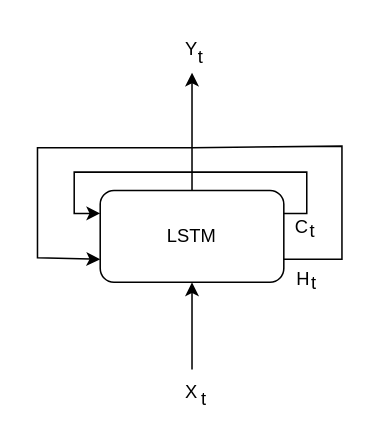
Above: diplom/draw_io_schemes/LSTMBlackBox.drawio in Lenonim/DiplomPasterisator (draw.io), before the change. Source tidied: cells renumbered, new cells numbered last; positions are measured from the earlier drawing's top-left corner, leaving out a move shared by most shapes. Both pictures are drawn from the tidied source at 153%, with x=0, y=0 at pixel (37, 26).
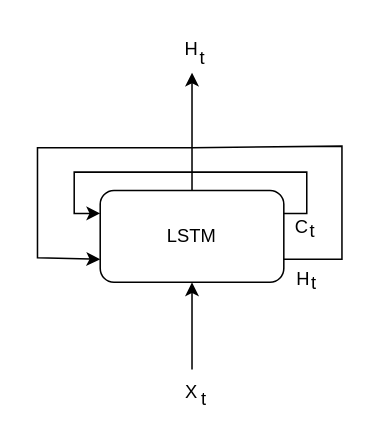
The same page after the edit.

What changed in the source:
```diff
@@
-    <mxCell id="6" value="Y" style="text;html=1;align=center;verticalAlign=middle;whiteSpace=wrap;rounded=0;" parent="1" vertex="1">
+    <mxCell id="6" value="H" style="text;html=1;align=center;verticalAlign=middle;whiteSpace=wrap;rounded=0;" parent="1" vertex="1">
       <mxGeometry x="71" width="60" height="30" as="geometry" />
     </mxCell>
     <mxCell id="7" value="t" style="text;html=1;align=center;verticalAlign=middle;whiteSpace=wrap;rounded=0;" parent="1" vertex="1">
-      <mxGeometry x="77" y="5" width="60" height="30" as="geometry" />
+      <mxGeometry x="78" y="6" width="60" height="30" as="geometry" />
     </mxCell>
```
